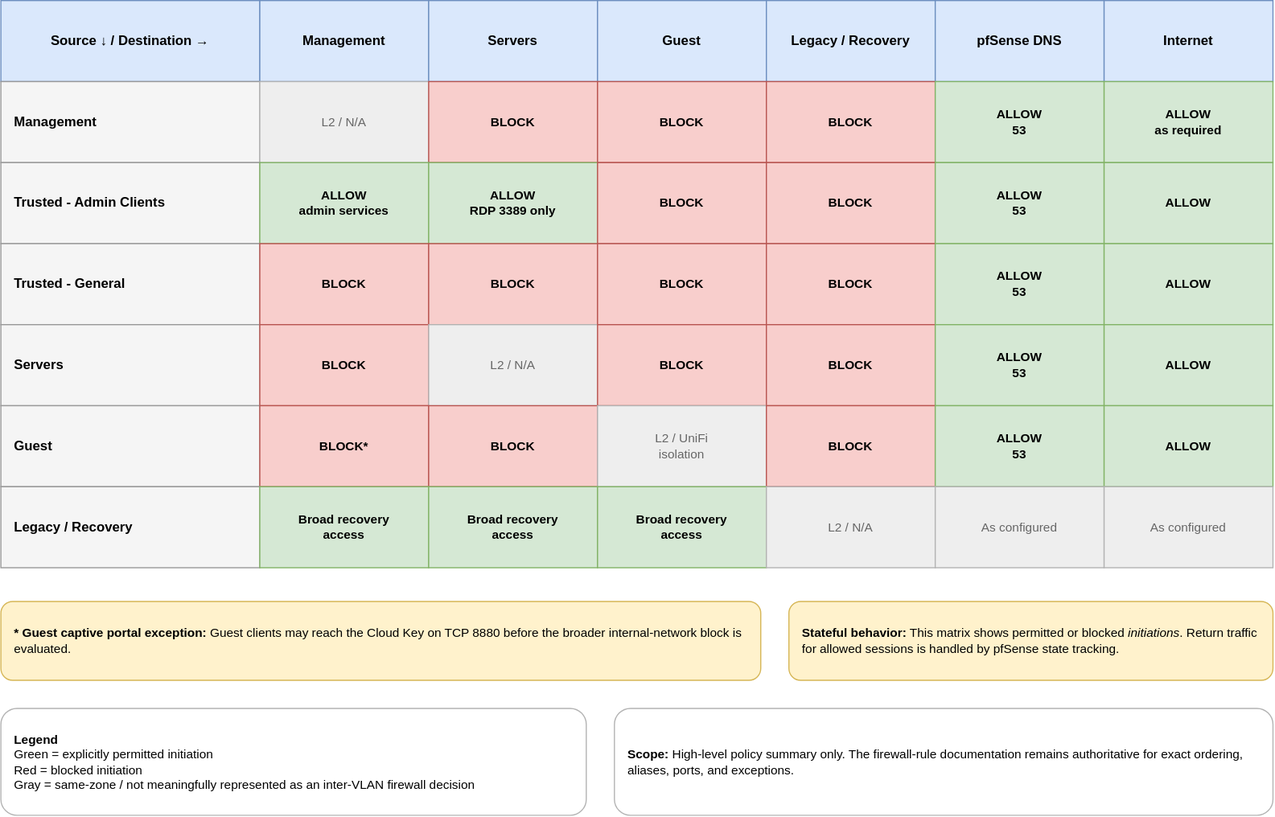
The draw.io diagram diagrams/security-policy-matrix.svg in t-corliss/home-network-lab, before a commit. Source tidied: cells renumbered, new cells last; positions are measured from the earlier drawing's top-left corner, leaving out a move shared by most shapes.
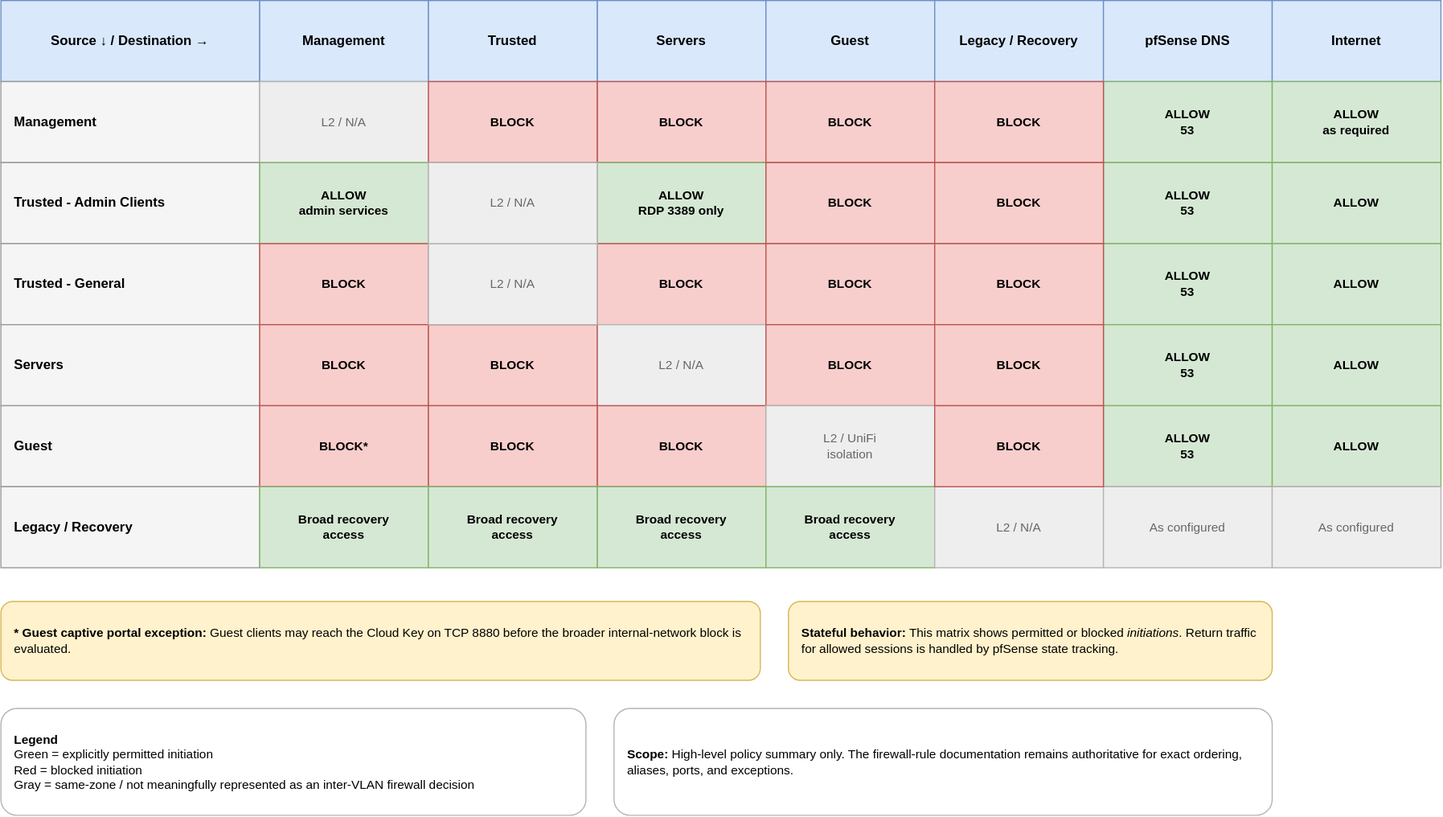
After the change.

Commit message:
Correct security matrix

The edit, as a diff of the source:
```diff
@@ -9,19 +9,19 @@
       <mxGeometry x="230" width="150" height="72" as="geometry" />
     </mxCell>
     <mxCell id="4" value="Servers" style="rounded=0;whiteSpace=wrap;html=1;align=center;verticalAlign=middle;fontSize=12;fontStyle=1;strokeWidth=1;fillColor=#dae8fc;strokeColor=#6c8ebf;" parent="1" vertex="1">
-      <mxGeometry x="380" width="150" height="72" as="geometry" />
+      <mxGeometry x="530" width="150" height="72" as="geometry" />
     </mxCell>
     <mxCell id="5" value="Guest" style="rounded=0;whiteSpace=wrap;html=1;align=center;verticalAlign=middle;fontSize=12;fontStyle=1;strokeWidth=1;fillColor=#dae8fc;strokeColor=#6c8ebf;" parent="1" vertex="1">
-      <mxGeometry x="530" width="150" height="72" as="geometry" />
+      <mxGeometry x="680" width="150" height="72" as="geometry" />
     </mxCell>
     <mxCell id="6" value="Legacy / Recovery" style="rounded=0;whiteSpace=wrap;html=1;align=center;verticalAlign=middle;fontSize=12;fontStyle=1;strokeWidth=1;fillColor=#dae8fc;strokeColor=#6c8ebf;" parent="1" vertex="1">
-      <mxGeometry x="680" width="150" height="72" as="geometry" />
+      <mxGeometry x="830" width="150" height="72" as="geometry" />
     </mxCell>
     <mxCell id="7" value="pfSense DNS" style="rounded=0;whiteSpace=wrap;html=1;align=center;verticalAlign=middle;fontSize=12;fontStyle=1;strokeWidth=1;fillColor=#dae8fc;strokeColor=#6c8ebf;" parent="1" vertex="1">
-      <mxGeometry x="830" width="150" height="72" as="geometry" />
+      <mxGeometry x="980" width="150" height="72" as="geometry" />
     </mxCell>
-    <mxCell id="8" value="Internet" style="rounded=0;whiteSpace=wrap;html=1;align=center;verticalAlign=middle;fontSize=12;fontStyle=1;strokeWidth=1;fillColor=#dae8fc;strokeColor=#6c8ebf;" parent="1" vertex="1">
-      <mxGeometry x="980" width="150" height="72" as="geometry" />
+    <mxCell id="8" value="Trusted" style="rounded=0;whiteSpace=wrap;html=1;align=center;verticalAlign=middle;fontSize=12;fontStyle=1;strokeWidth=1;fillColor=#dae8fc;strokeColor=#6c8ebf;" parent="1" vertex="1">
+      <mxGeometry x="380" width="150" height="72" as="geometry" />
     </mxCell>
     <mxCell id="9" value="Management" style="rounded=0;whiteSpace=wrap;html=1;align=left;verticalAlign=middle;spacingLeft=10;fontSize=12;fontStyle=1;strokeWidth=1;fillColor=#f5f5f5;strokeColor=#999999;" parent="1" vertex="1">
       <mxGeometry y="72" width="230" height="72" as="geometry" />
@@ -30,20 +30,17 @@
       <mxGeometry x="230" y="72" width="150" height="72" as="geometry" />
     </mxCell>
     <mxCell id="11" value="BLOCK" style="rounded=0;whiteSpace=wrap;html=1;align=center;verticalAlign=middle;fontSize=11;fontStyle=1;strokeWidth=1;fillColor=#f8cecc;strokeColor=#b85450;" parent="1" vertex="1">
-      <mxGeometry x="380" y="72" width="150" height="72" as="geometry" />
+      <mxGeometry x="530" y="72" width="150" height="72" as="geometry" />
     </mxCell>
     <mxCell id="12" value="BLOCK" style="rounded=0;whiteSpace=wrap;html=1;align=center;verticalAlign=middle;fontSize=11;fontStyle=1;strokeWidth=1;fillColor=#f8cecc;strokeColor=#b85450;" parent="1" vertex="1">
-      <mxGeometry x="530" y="72" width="150" height="72" as="geometry" />
+      <mxGeometry x="680" y="72" width="150" height="72" as="geometry" />
     </mxCell>
     <mxCell id="13" value="BLOCK" style="rounded=0;whiteSpace=wrap;html=1;align=center;verticalAlign=middle;fontSize=11;fontStyle=1;strokeWidth=1;fillColor=#f8cecc;strokeColor=#b85450;" parent="1" vertex="1">
-      <mxGeometry x="680" y="72" width="150" height="72" as="geometry" />
+      <mxGeometry x="380" y="72" width="150" height="72" as="geometry" />
     </mxCell>
     <mxCell id="14" value="ALLOW&#10;53" style="rounded=0;whiteSpace=wrap;html=1;align=center;verticalAlign=middle;fontSize=11;fontStyle=1;strokeWidth=1;fillColor=#d5e8d4;strokeColor=#82b366;" parent="1" vertex="1">
-      <mxGeometry x="830" y="72" width="150" height="72" as="geometry" />
+      <mxGeometry x="980" y="72" width="150" height="72" as="geometry" />
     </mxCell>
-    <mxCell id="15" value="ALLOW&#10;as required" style="rounded=0;whiteSpace=wrap;html=1;align=center;verticalAlign=middle;fontSize=11;fontStyle=1;strokeWidth=1;fillColor=#d5e8d4;strokeColor=#82b366;" parent="1" vertex="1">
-      <mxGeometry x="980" y="72" width="150" height="72" as="geometry" />
-    </mxCell>
     <mxCell id="16" value="Trusted - Admin Clients" style="rounded=0;whiteSpace=wrap;html=1;align=left;verticalAlign=middle;spacingLeft=10;fontSize=12;fontStyle=1;strokeWidth=1;fillColor=#f5f5f5;strokeColor=#999999;" parent="1" vertex="1">
       <mxGeometry y="144" width="230" height="72" as="geometry" />
     </mxCell>
@@ -51,20 +48,14 @@
       <mxGeometry x="230" y="144" width="150" height="72" as="geometry" />
     </mxCell>
     <mxCell id="18" value="ALLOW&#10;RDP 3389 only" style="rounded=0;whiteSpace=wrap;html=1;align=center;verticalAlign=middle;fontSize=11;fontStyle=1;strokeWidth=1;fillColor=#d5e8d4;strokeColor=#82b366;" parent="1" vertex="1">
-      <mxGeometry x="380" y="144" width="150" height="72" as="geometry" />
+      <mxGeometry x="530" y="144" width="150" height="72" as="geometry" />
     </mxCell>
     <mxCell id="19" value="BLOCK" style="rounded=0;whiteSpace=wrap;html=1;align=center;verticalAlign=middle;fontSize=11;fontStyle=1;strokeWidth=1;fillColor=#f8cecc;strokeColor=#b85450;" parent="1" vertex="1">
-      <mxGeometry x="530" y="144" width="150" height="72" as="geometry" />
+      <mxGeometry x="680" y="144" width="150" height="72" as="geometry" />
     </mxCell>
-    <mxCell id="20" value="BLOCK" style="rounded=0;whiteSpace=wrap;html=1;align=center;verticalAlign=middle;fontSize=11;fontStyle=1;strokeWidth=1;fillColor=#f8cecc;strokeColor=#b85450;" parent="1" vertex="1">
-      <mxGeometry x="680" y="144" width="150" height="72" as="geometry" />
-    </mxCell>
     <mxCell id="21" value="ALLOW&#10;53" style="rounded=0;whiteSpace=wrap;html=1;align=center;verticalAlign=middle;fontSize=11;fontStyle=1;strokeWidth=1;fillColor=#d5e8d4;strokeColor=#82b366;" parent="1" vertex="1">
-      <mxGeometry x="830" y="144" width="150" height="72" as="geometry" />
+      <mxGeometry x="980" y="144" width="150" height="72" as="geometry" />
     </mxCell>
-    <mxCell id="22" value="ALLOW" style="rounded=0;whiteSpace=wrap;html=1;align=center;verticalAlign=middle;fontSize=11;fontStyle=1;strokeWidth=1;fillColor=#d5e8d4;strokeColor=#82b366;" parent="1" vertex="1">
-      <mxGeometry x="980" y="144" width="150" height="72" as="geometry" />
-    </mxCell>
     <mxCell id="23" value="Trusted - General" style="rounded=0;whiteSpace=wrap;html=1;align=left;verticalAlign=middle;spacingLeft=10;fontSize=12;fontStyle=1;strokeWidth=1;fillColor=#f5f5f5;strokeColor=#999999;" parent="1" vertex="1">
       <mxGeometry y="216" width="230" height="72" as="geometry" />
     </mxCell>
@@ -72,20 +63,14 @@
       <mxGeometry x="230" y="216" width="150" height="72" as="geometry" />
     </mxCell>
     <mxCell id="25" value="BLOCK" style="rounded=0;whiteSpace=wrap;html=1;align=center;verticalAlign=middle;fontSize=11;fontStyle=1;strokeWidth=1;fillColor=#f8cecc;strokeColor=#b85450;" parent="1" vertex="1">
-      <mxGeometry x="380" y="216" width="150" height="72" as="geometry" />
+      <mxGeometry x="530" y="216" width="150" height="72" as="geometry" />
     </mxCell>
     <mxCell id="26" value="BLOCK" style="rounded=0;whiteSpace=wrap;html=1;align=center;verticalAlign=middle;fontSize=11;fontStyle=1;strokeWidth=1;fillColor=#f8cecc;strokeColor=#b85450;" parent="1" vertex="1">
-      <mxGeometry x="530" y="216" width="150" height="72" as="geometry" />
+      <mxGeometry x="680" y="216" width="150" height="72" as="geometry" />
     </mxCell>
-    <mxCell id="27" value="BLOCK" style="rounded=0;whiteSpace=wrap;html=1;align=center;verticalAlign=middle;fontSize=11;fontStyle=1;strokeWidth=1;fillColor=#f8cecc;strokeColor=#b85450;" parent="1" vertex="1">
-      <mxGeometry x="680" y="216" width="150" height="72" as="geometry" />
-    </mxCell>
     <mxCell id="28" value="ALLOW&#10;53" style="rounded=0;whiteSpace=wrap;html=1;align=center;verticalAlign=middle;fontSize=11;fontStyle=1;strokeWidth=1;fillColor=#d5e8d4;strokeColor=#82b366;" parent="1" vertex="1">
-      <mxGeometry x="830" y="216" width="150" height="72" as="geometry" />
+      <mxGeometry x="980" y="216" width="150" height="72" as="geometry" />
     </mxCell>
-    <mxCell id="29" value="ALLOW" style="rounded=0;whiteSpace=wrap;html=1;align=center;verticalAlign=middle;fontSize=11;fontStyle=1;strokeWidth=1;fillColor=#d5e8d4;strokeColor=#82b366;" parent="1" vertex="1">
-      <mxGeometry x="980" y="216" width="150" height="72" as="geometry" />
-    </mxCell>
     <mxCell id="30" value="Servers" style="rounded=0;whiteSpace=wrap;html=1;align=left;verticalAlign=middle;spacingLeft=10;fontSize=12;fontStyle=1;strokeWidth=1;fillColor=#f5f5f5;strokeColor=#999999;" parent="1" vertex="1">
       <mxGeometry y="288" width="230" height="72" as="geometry" />
     </mxCell>
@@ -93,20 +78,17 @@
       <mxGeometry x="230" y="288" width="150" height="72" as="geometry" />
     </mxCell>
     <mxCell id="32" value="L2 / N/A" style="rounded=0;whiteSpace=wrap;html=1;align=center;verticalAlign=middle;fontSize=11;strokeWidth=1;fillColor=#eeeeee;strokeColor=#b3b3b3;fontColor=#666666;" parent="1" vertex="1">
-      <mxGeometry x="380" y="288" width="150" height="72" as="geometry" />
+      <mxGeometry x="530" y="288" width="150" height="72" as="geometry" />
     </mxCell>
     <mxCell id="33" value="BLOCK" style="rounded=0;whiteSpace=wrap;html=1;align=center;verticalAlign=middle;fontSize=11;fontStyle=1;strokeWidth=1;fillColor=#f8cecc;strokeColor=#b85450;" parent="1" vertex="1">
-      <mxGeometry x="530" y="288" width="150" height="72" as="geometry" />
+      <mxGeometry x="680" y="288" width="150" height="72" as="geometry" />
     </mxCell>
     <mxCell id="34" value="BLOCK" style="rounded=0;whiteSpace=wrap;html=1;align=center;verticalAlign=middle;fontSize=11;fontStyle=1;strokeWidth=1;fillColor=#f8cecc;strokeColor=#b85450;" parent="1" vertex="1">
-      <mxGeometry x="680" y="288" width="150" height="72" as="geometry" />
+      <mxGeometry x="380" y="288" width="150" height="72" as="geometry" />
     </mxCell>
     <mxCell id="35" value="ALLOW&#10;53" style="rounded=0;whiteSpace=wrap;html=1;align=center;verticalAlign=middle;fontSize=11;fontStyle=1;strokeWidth=1;fillColor=#d5e8d4;strokeColor=#82b366;" parent="1" vertex="1">
-      <mxGeometry x="830" y="288" width="150" height="72" as="geometry" />
+      <mxGeometry x="980" y="288" width="150" height="72" as="geometry" />
     </mxCell>
-    <mxCell id="36" value="ALLOW" style="rounded=0;whiteSpace=wrap;html=1;align=center;verticalAlign=middle;fontSize=11;fontStyle=1;strokeWidth=1;fillColor=#d5e8d4;strokeColor=#82b366;" parent="1" vertex="1">
-      <mxGeometry x="980" y="288" width="150" height="72" as="geometry" />
-    </mxCell>
     <mxCell id="37" value="Guest" style="rounded=0;whiteSpace=wrap;html=1;align=left;verticalAlign=middle;spacingLeft=10;fontSize=12;fontStyle=1;strokeWidth=1;fillColor=#f5f5f5;strokeColor=#999999;" parent="1" vertex="1">
       <mxGeometry y="360" width="230" height="72" as="geometry" />
     </mxCell>
@@ -114,20 +96,17 @@
       <mxGeometry x="230" y="360" width="150" height="72" as="geometry" />
     </mxCell>
     <mxCell id="39" value="BLOCK" style="rounded=0;whiteSpace=wrap;html=1;align=center;verticalAlign=middle;fontSize=11;fontStyle=1;strokeWidth=1;fillColor=#f8cecc;strokeColor=#b85450;" parent="1" vertex="1">
-      <mxGeometry x="380" y="360" width="150" height="72" as="geometry" />
+      <mxGeometry x="530" y="360" width="150" height="72" as="geometry" />
     </mxCell>
     <mxCell id="40" value="L2 / UniFi&#10;isolation" style="rounded=0;whiteSpace=wrap;html=1;align=center;verticalAlign=middle;fontSize=11;strokeWidth=1;fillColor=#eeeeee;strokeColor=#b3b3b3;fontColor=#666666;" parent="1" vertex="1">
-      <mxGeometry x="530" y="360" width="150" height="72" as="geometry" />
+      <mxGeometry x="680" y="360" width="150" height="72" as="geometry" />
     </mxCell>
     <mxCell id="41" value="BLOCK" style="rounded=0;whiteSpace=wrap;html=1;align=center;verticalAlign=middle;fontSize=11;fontStyle=1;strokeWidth=1;fillColor=#f8cecc;strokeColor=#b85450;" parent="1" vertex="1">
-      <mxGeometry x="680" y="360" width="150" height="72" as="geometry" />
+      <mxGeometry x="380" y="360" width="150" height="72" as="geometry" />
     </mxCell>
     <mxCell id="42" value="ALLOW&#10;53" style="rounded=0;whiteSpace=wrap;html=1;align=center;verticalAlign=middle;fontSize=11;fontStyle=1;strokeWidth=1;fillColor=#d5e8d4;strokeColor=#82b366;" parent="1" vertex="1">
-      <mxGeometry x="830" y="360" width="150" height="72" as="geometry" />
+      <mxGeometry x="980" y="360" width="150" height="72" as="geometry" />
     </mxCell>
-    <mxCell id="43" value="ALLOW" style="rounded=0;whiteSpace=wrap;html=1;align=center;verticalAlign=middle;fontSize=11;fontStyle=1;strokeWidth=1;fillColor=#d5e8d4;strokeColor=#82b366;" parent="1" vertex="1">
-      <mxGeometry x="980" y="360" width="150" height="72" as="geometry" />
-    </mxCell>
     <mxCell id="44" value="Legacy / Recovery" style="rounded=0;whiteSpace=wrap;html=1;align=left;verticalAlign=middle;spacingLeft=10;fontSize=12;fontStyle=1;strokeWidth=1;fillColor=#f5f5f5;strokeColor=#999999;" parent="1" vertex="1">
       <mxGeometry y="432" width="230" height="72" as="geometry" />
     </mxCell>
@@ -135,17 +114,14 @@
       <mxGeometry x="230" y="432" width="150" height="72" as="geometry" />
     </mxCell>
     <mxCell id="46" value="Broad recovery&#10;access" style="rounded=0;whiteSpace=wrap;html=1;align=center;verticalAlign=middle;fontSize=11;fontStyle=1;strokeWidth=1;fillColor=#d5e8d4;strokeColor=#82b366;" parent="1" vertex="1">
-      <mxGeometry x="380" y="432" width="150" height="72" as="geometry" />
+      <mxGeometry x="530" y="432" width="150" height="72" as="geometry" />
     </mxCell>
     <mxCell id="47" value="Broad recovery&#10;access" style="rounded=0;whiteSpace=wrap;html=1;align=center;verticalAlign=middle;fontSize=11;fontStyle=1;strokeWidth=1;fillColor=#d5e8d4;strokeColor=#82b366;" parent="1" vertex="1">
-      <mxGeometry x="530" y="432" width="150" height="72" as="geometry" />
+      <mxGeometry x="680" y="432" width="150" height="72" as="geometry" />
     </mxCell>
     <mxCell id="48" value="L2 / N/A" style="rounded=0;whiteSpace=wrap;html=1;align=center;verticalAlign=middle;fontSize=11;strokeWidth=1;fillColor=#eeeeee;strokeColor=#b3b3b3;fontColor=#666666;" parent="1" vertex="1">
-      <mxGeometry x="680" y="432" width="150" height="72" as="geometry" />
+      <mxGeometry x="830" y="432" width="150" height="72" as="geometry" />
     </mxCell>
-    <mxCell id="49" value="As configured" style="rounded=0;whiteSpace=wrap;html=1;align=center;verticalAlign=middle;fontSize=11;strokeWidth=1;fillColor=#eeeeee;strokeColor=#b3b3b3;fontColor=#666666;" parent="1" vertex="1">
-      <mxGeometry x="830" y="432" width="150" height="72" as="geometry" />
-    </mxCell>
     <mxCell id="50" value="As configured" style="rounded=0;whiteSpace=wrap;html=1;align=center;verticalAlign=middle;fontSize=11;strokeWidth=1;fillColor=#eeeeee;strokeColor=#b3b3b3;fontColor=#666666;" parent="1" vertex="1">
       <mxGeometry x="980" y="432" width="150" height="72" as="geometry" />
     </mxCell>
@@ -161,5 +137,50 @@
     <mxCell id="54" value="&lt;b&gt;Scope:&lt;/b&gt; High-level policy summary only. The firewall-rule documentation remains authoritative for exact ordering, aliases, ports, and exceptions." style="rounded=1;whiteSpace=wrap;html=1;align=left;verticalAlign=middle;spacingLeft=10;fontSize=11;strokeWidth=1;fillColor=#ffffff;strokeColor=#b3b3b3;" parent="1" vertex="1">
       <mxGeometry x="545" y="629" width="585" height="95" as="geometry" />
     </mxCell>
+    <mxCell id="55" value="Internet" style="rounded=0;whiteSpace=wrap;html=1;align=center;verticalAlign=middle;fontSize=12;fontStyle=1;strokeWidth=1;fillColor=#dae8fc;strokeColor=#6c8ebf;" parent="1" vertex="1">
+      <mxGeometry x="1130" width="150" height="72" as="geometry" />
+    </mxCell>
+    <mxCell id="15" value="ALLOW&#10;as required" style="rounded=0;whiteSpace=wrap;html=1;align=center;verticalAlign=middle;fontSize=11;fontStyle=1;strokeWidth=1;fillColor=#d5e8d4;strokeColor=#82b366;" parent="1" vertex="1">
+      <mxGeometry x="1130" y="72" width="150" height="72" as="geometry" />
+    </mxCell>
+    <mxCell id="56" value="ALLOW" style="rounded=0;whiteSpace=wrap;html=1;align=center;verticalAlign=middle;fontSize=11;fontStyle=1;strokeWidth=1;fillColor=#d5e8d4;strokeColor=#82b366;" parent="1" vertex="1">
+      <mxGeometry x="1130" y="144" width="150" height="72" as="geometry" />
+    </mxCell>
+    <mxCell id="57" value="ALLOW" style="rounded=0;whiteSpace=wrap;html=1;align=center;verticalAlign=middle;fontSize=11;fontStyle=1;strokeWidth=1;fillColor=#d5e8d4;strokeColor=#82b366;" parent="1" vertex="1">
+      <mxGeometry x="1130" y="216" width="150" height="72" as="geometry" />
+    </mxCell>
+    <mxCell id="58" value="ALLOW" style="rounded=0;whiteSpace=wrap;html=1;align=center;verticalAlign=middle;fontSize=11;fontStyle=1;strokeWidth=1;fillColor=#d5e8d4;strokeColor=#82b366;" parent="1" vertex="1">
+      <mxGeometry x="1130" y="288" width="150" height="72" as="geometry" />
+    </mxCell>
+    <mxCell id="59" value="ALLOW" style="rounded=0;whiteSpace=wrap;html=1;align=center;verticalAlign=middle;fontSize=11;fontStyle=1;strokeWidth=1;fillColor=#d5e8d4;strokeColor=#82b366;" parent="1" vertex="1">
+      <mxGeometry x="1130" y="360" width="150" height="72" as="geometry" />
+    </mxCell>
+    <mxCell id="49" value="As configured" style="rounded=0;whiteSpace=wrap;html=1;align=center;verticalAlign=middle;fontSize=11;strokeWidth=1;fillColor=#eeeeee;strokeColor=#b3b3b3;fontColor=#666666;" parent="1" vertex="1">
+      <mxGeometry x="1130" y="432" width="150" height="72" as="geometry" />
+    </mxCell>
+    <mxCell id="60" value="BLOCK" style="rounded=0;whiteSpace=wrap;html=1;align=center;verticalAlign=middle;fontSize=11;fontStyle=1;strokeWidth=1;fillColor=#f8cecc;strokeColor=#b85450;" parent="1" vertex="1">
+      <mxGeometry x="830" y="72" width="150" height="72" as="geometry" />
+    </mxCell>
+    <mxCell id="61" value="BLOCK" style="rounded=0;whiteSpace=wrap;html=1;align=center;verticalAlign=middle;fontSize=11;fontStyle=1;strokeWidth=1;fillColor=#f8cecc;strokeColor=#b85450;" parent="1" vertex="1">
+      <mxGeometry x="830" y="144" width="150" height="72" as="geometry" />
+    </mxCell>
+    <mxCell id="62" value="BLOCK" style="rounded=0;whiteSpace=wrap;html=1;align=center;verticalAlign=middle;fontSize=11;fontStyle=1;strokeWidth=1;fillColor=#f8cecc;strokeColor=#b85450;" parent="1" vertex="1">
+      <mxGeometry x="830" y="216" width="150" height="72" as="geometry" />
+    </mxCell>
+    <mxCell id="63" value="BLOCK" style="rounded=0;whiteSpace=wrap;html=1;align=center;verticalAlign=middle;fontSize=11;fontStyle=1;strokeWidth=1;fillColor=#f8cecc;strokeColor=#b85450;" parent="1" vertex="1">
+      <mxGeometry x="830" y="288" width="150" height="72" as="geometry" />
+    </mxCell>
+    <mxCell id="64" value="BLOCK" style="rounded=0;whiteSpace=wrap;html=1;align=center;verticalAlign=middle;fontSize=11;fontStyle=1;strokeWidth=1;fillColor=#f8cecc;strokeColor=#b85450;" parent="1" vertex="1">
+      <mxGeometry x="830" y="360" width="150" height="72" as="geometry" />
+    </mxCell>
+    <mxCell id="65" value="L2 / N/A" style="rounded=0;whiteSpace=wrap;html=1;align=center;verticalAlign=middle;fontSize=11;strokeWidth=1;fillColor=#eeeeee;strokeColor=#b3b3b3;fontColor=#666666;" parent="1" vertex="1">
+      <mxGeometry x="380" y="216" width="150" height="72" as="geometry" />
+    </mxCell>
+    <mxCell id="66" value="L2 / N/A" style="rounded=0;whiteSpace=wrap;html=1;align=center;verticalAlign=middle;fontSize=11;strokeWidth=1;fillColor=#eeeeee;strokeColor=#b3b3b3;fontColor=#666666;" parent="1" vertex="1">
+      <mxGeometry x="380" y="144" width="150" height="72" as="geometry" />
+    </mxCell>
+    <mxCell id="67" value="Broad recovery&#10;access" style="rounded=0;whiteSpace=wrap;html=1;align=center;verticalAlign=middle;fontSize=11;fontStyle=1;strokeWidth=1;fillColor=#d5e8d4;strokeColor=#82b366;" parent="1" vertex="1">
+      <mxGeometry x="380" y="432" width="150" height="72" as="geometry" />
+    </mxCell>
   </root>
 </mxGraphModel>
```
